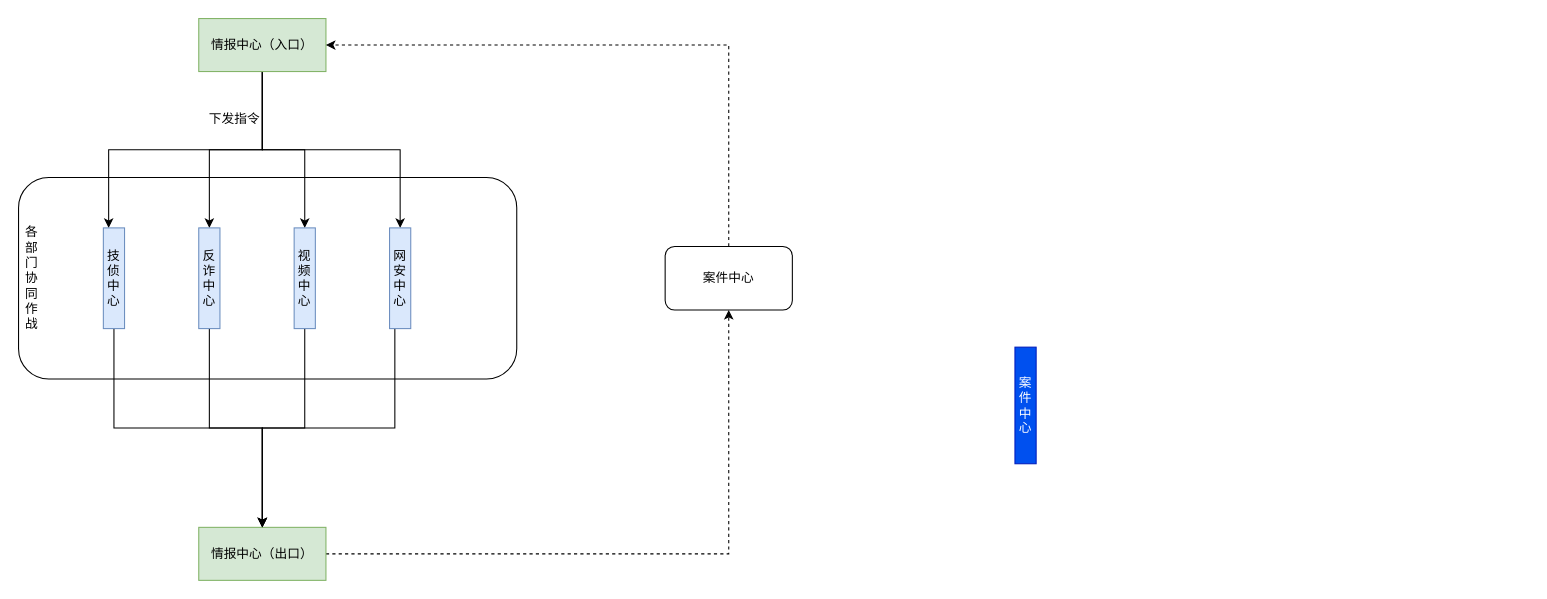
SIM-YYF/fx-tekken keeps this draw.io diagram as 业务流程.drawio. Above is the earlier version. Source tidied: cells renumbered, new cells numbered last; positions are measured from the earlier drawing's top-left corner, leaving out a move shared by most shapes. Both pictures are drawn from the tidied source at 106%, with x=0, y=0 at pixel (18, 18).
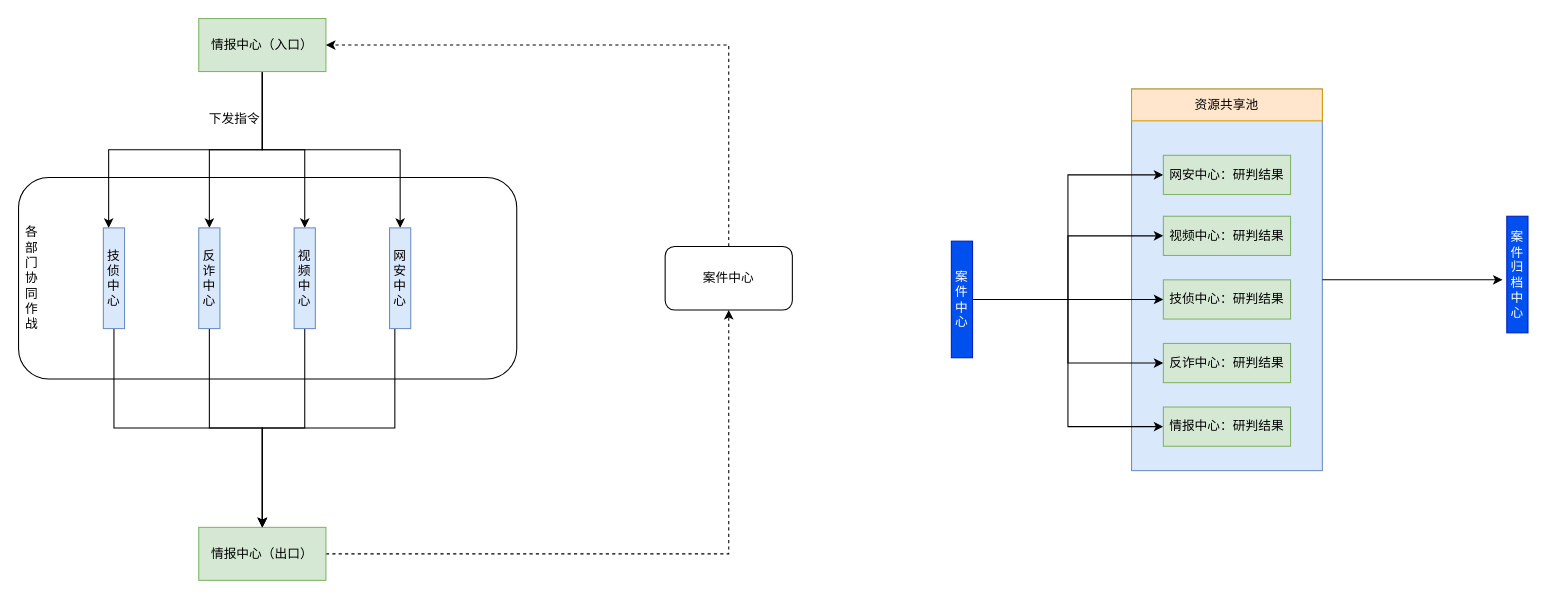
The same page after the edit.

Commit message:
更新业务流程.drawio

The edit, as a diff of the source:
```diff
@@
+    <mxCell id="23" style="rounded=0;whiteSpace=wrap;html=1;fillColor=#dae8fc;strokeColor=#6c8ebf;" parent="1" vertex="1">
+      <mxGeometry x="1050" y="66.5" width="180" height="360" as="geometry" />
+    </mxCell>
@@
+    <mxCell id="24" style="edgeStyle=orthogonalEdgeStyle;rounded=0;jettySize=auto;html=1;exitX=1;exitY=0.5;exitDx=0;exitDy=0;entryX=0;entryY=0.5;entryDx=0;entryDy=0;" parent="1" edge="1" source="22" target="31">
+      <mxGeometry relative="1" as="geometry" />
+    </mxCell>
+    <mxCell id="25" style="edgeStyle=orthogonalEdgeStyle;rounded=0;jettySize=auto;html=1;exitX=1;exitY=0.5;exitDx=0;exitDy=0;entryX=0;entryY=0.5;entryDx=0;entryDy=0;" parent="1" edge="1" source="22" target="32">
+      <mxGeometry relative="1" as="geometry" />
+    </mxCell>
+    <mxCell id="26" style="edgeStyle=orthogonalEdgeStyle;rounded=0;jettySize=auto;html=1;exitX=1;exitY=0.5;exitDx=0;exitDy=0;entryX=0;entryY=0.5;entryDx=0;entryDy=0;" parent="1" edge="1" source="22" target="33">
+      <mxGeometry relative="1" as="geometry" />
+    </mxCell>
+    <mxCell id="27" style="edgeStyle=orthogonalEdgeStyle;rounded=0;jettySize=auto;html=1;exitX=1;exitY=0.5;exitDx=0;exitDy=0;entryX=0;entryY=0.5;entryDx=0;entryDy=0;" parent="1" edge="1" source="22" target="34">
+      <mxGeometry relative="1" as="geometry" />
+    </mxCell>
+    <mxCell id="28" style="edgeStyle=orthogonalEdgeStyle;rounded=0;jettySize=auto;html=1;exitX=1;exitY=0.5;exitDx=0;exitDy=0;entryX=0;entryY=0.5;entryDx=0;entryDy=0;" parent="1" edge="1" source="22" target="35">
+      <mxGeometry relative="1" as="geometry" />
+    </mxCell>
     <mxCell id="22" value="案件中心" style="rounded=0;whiteSpace=wrap;html=1;fillColor=#0050ef;strokeColor=#001DBC;fontColor=#ffffff;" parent="1" vertex="1">
-      <mxGeometry x="940" y="310" width="20" height="110" as="geometry" />
+      <mxGeometry x="880" y="210" width="20" height="110" as="geometry" />
     </mxCell>
+    <mxCell id="29" style="edgeStyle=orthogonalEdgeStyle;rounded=0;jettySize=auto;html=1;exitX=1;exitY=0.5;exitDx=0;exitDy=0;" parent="1" edge="1" source="23">
+      <mxGeometry relative="1" as="geometry">
+        <mxPoint x="1400" y="246.5" as="targetPoint" />
+      </mxGeometry>
+    </mxCell>
+    <mxCell id="30" value="资源共享池" style="rounded=0;whiteSpace=wrap;html=1;fillColor=#ffe6cc;strokeColor=#d79b00;" parent="1" vertex="1">
+      <mxGeometry x="1050" y="66.5" width="180" height="30" as="geometry" />
+    </mxCell>
+    <mxCell id="31" value="网安中心：研判结果" style="rounded=0;whiteSpace=wrap;html=1;fillColor=#d5e8d4;strokeColor=#82b366;" parent="1" vertex="1">
+      <mxGeometry x="1080" y="129" width="120" height="37" as="geometry" />
+    </mxCell>
+    <mxCell id="32" value="视频中心：研判结果" style="rounded=0;whiteSpace=wrap;html=1;fillColor=#d5e8d4;strokeColor=#82b366;" parent="1" vertex="1">
+      <mxGeometry x="1080" y="186.5" width="120" height="37" as="geometry" />
+    </mxCell>
+    <mxCell id="33" value="技侦中心：研判结果" style="rounded=0;whiteSpace=wrap;html=1;fillColor=#d5e8d4;strokeColor=#82b366;" parent="1" vertex="1">
+      <mxGeometry x="1080" y="246.5" width="120" height="37" as="geometry" />
+    </mxCell>
+    <mxCell id="34" value="反诈中心：研判结果" style="rounded=0;whiteSpace=wrap;html=1;fillColor=#d5e8d4;strokeColor=#82b366;" parent="1" vertex="1">
+      <mxGeometry x="1080" y="306.5" width="120" height="37" as="geometry" />
+    </mxCell>
+    <mxCell id="35" value="情报中心：研判结果" style="rounded=0;whiteSpace=wrap;html=1;fillColor=#d5e8d4;strokeColor=#82b366;" parent="1" vertex="1">
+      <mxGeometry x="1080" y="366.5" width="120" height="37" as="geometry" />
+    </mxCell>
+    <mxCell id="36" value="案件&lt;div&gt;归档中心&lt;/div&gt;" style="rounded=0;whiteSpace=wrap;html=1;fillColor=#0050ef;strokeColor=#001DBC;fontColor=#ffffff;" parent="1" vertex="1">
+      <mxGeometry x="1404" y="186.5" width="20" height="110" as="geometry" />
+    </mxCell>
```
